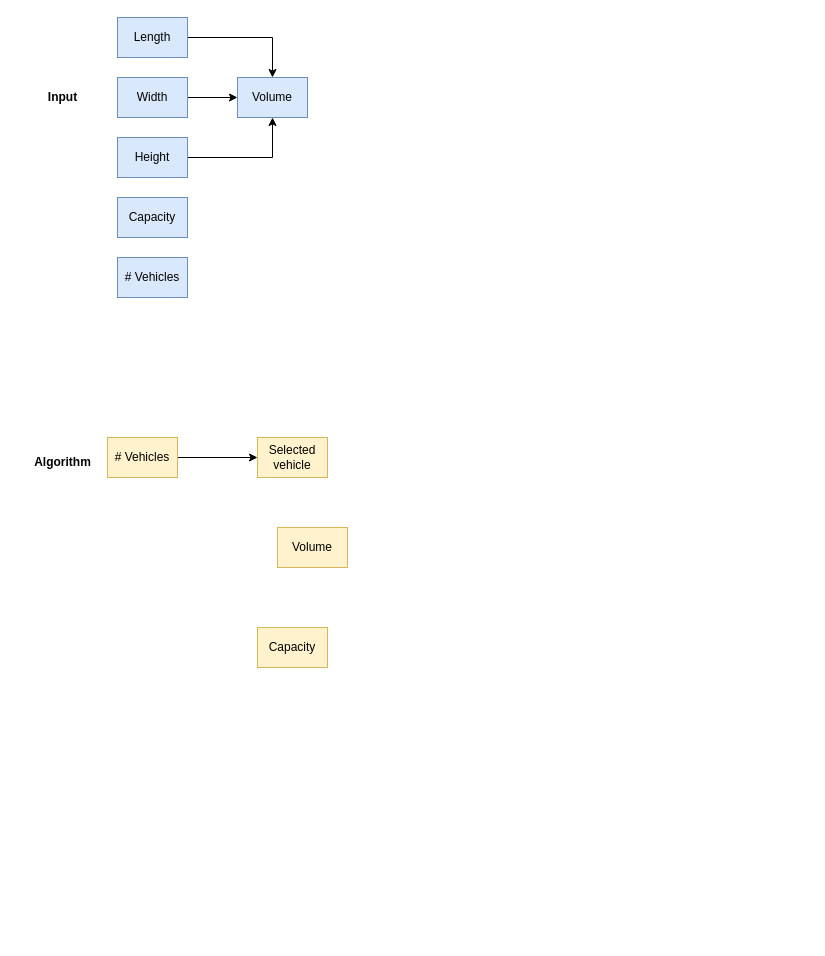
The draw.io diagram Pseudo-code-blocks.drawio in ftamsma/Group33_TIL, before the edit. Source tidied: cells renumbered, new cells numbered last; positions are measured from the earlier drawing's top-left corner, leaving out a move shared by most shapes. Both pictures are drawn from the tidied source at 100%, with x=0, y=0 at pixel (22, 17).
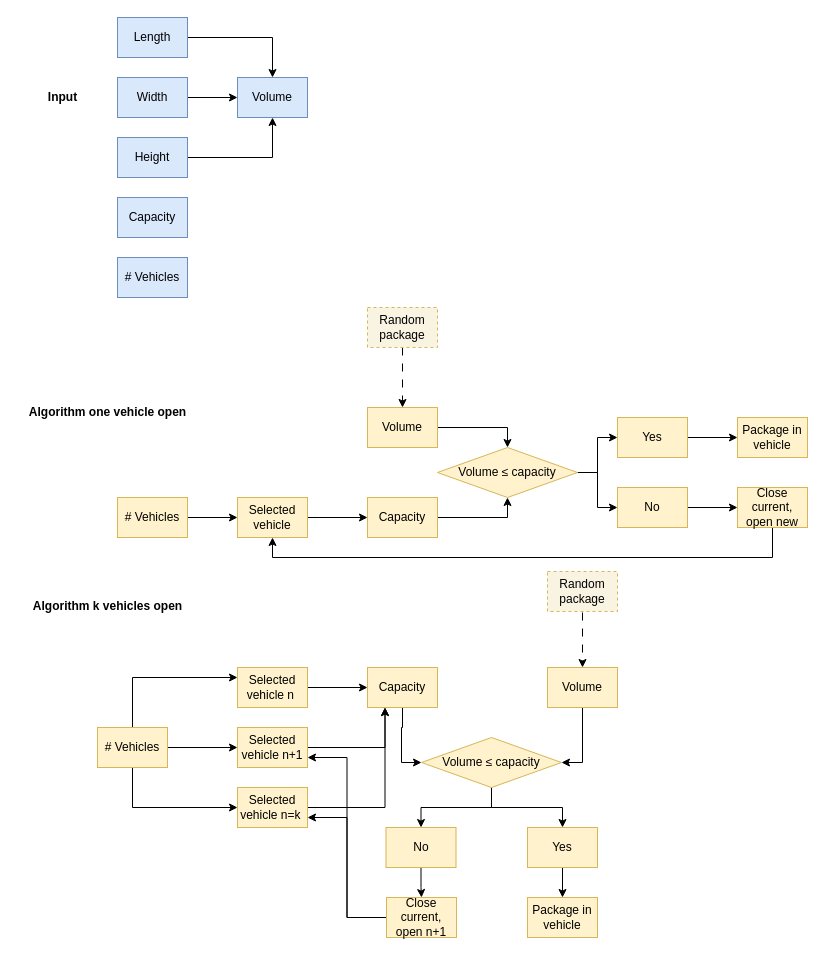
After the change.

Diff of the diagram source:
```diff
@@
-    <mxCell id="11" value="&lt;b&gt;Algorithm&lt;/b&gt;" style="text;html=1;align=center;verticalAlign=middle;strokeColor=none;fillColor=none;" parent="1" vertex="1">
-      <mxGeometry y="430" width="80" height="30" as="geometry" />
+    <mxCell id="11" value="&lt;b&gt;Algorithm one vehicle open&lt;/b&gt;" style="text;html=1;align=center;verticalAlign=middle;strokeColor=none;fillColor=none;" parent="1" vertex="1">
+      <mxGeometry x="-5" y="380" width="180" height="30" as="geometry" />
     </mxCell>
@@
     <mxCell id="13" value="# Vehicles" style="rounded=0;whiteSpace=wrap;html=1;fillColor=#fff2cc;strokeColor=#d6b656;" parent="1" vertex="1">
-      <mxGeometry x="85" y="420" width="70" height="40" as="geometry" />
+      <mxGeometry x="95" y="480" width="70" height="40" as="geometry" />
     </mxCell>
@@
+    <mxCell id="18" style="edgeStyle=orthogonalEdgeStyle;rounded=0;jettySize=auto;html=1;entryX=0.5;entryY=0;entryDx=0;entryDy=0;" parent="1" edge="1" target="25">
+      <mxGeometry relative="1" as="geometry">
+        <mxPoint x="415" y="410" as="sourcePoint" />
+        <Array as="points">
+          <mxPoint x="485" y="410" />
+        </Array>
+      </mxGeometry>
+    </mxCell>
     <mxCell id="15" value="Volume" style="rounded=0;whiteSpace=wrap;html=1;fillColor=#fff2cc;strokeColor=#d6b656;" parent="1" vertex="1">
-      <mxGeometry x="255" y="510" width="70" height="40" as="geometry" />
+      <mxGeometry x="345" y="390" width="70" height="40" as="geometry" />
     </mxCell>
+    <mxCell id="19" style="edgeStyle=orthogonalEdgeStyle;rounded=0;jettySize=auto;html=1;entryX=0.5;entryY=1;entryDx=0;entryDy=0;" parent="1" edge="1" source="16" target="25">
+      <mxGeometry relative="1" as="geometry">
+        <Array as="points">
+          <mxPoint x="485" y="500" />
+        </Array>
+      </mxGeometry>
+    </mxCell>
     <mxCell id="16" value="Capacity" style="rounded=0;whiteSpace=wrap;html=1;fillColor=#fff2cc;strokeColor=#d6b656;" parent="1" vertex="1">
-      <mxGeometry x="235" y="610" width="70" height="40" as="geometry" />
+      <mxGeometry x="345" y="480" width="70" height="40" as="geometry" />
     </mxCell>
+    <mxCell id="20" style="edgeStyle=orthogonalEdgeStyle;rounded=0;jettySize=auto;html=1;" parent="1" edge="1" source="17" target="16">
+      <mxGeometry relative="1" as="geometry" />
+    </mxCell>
     <mxCell id="17" value="Selected vehicle" style="rounded=0;whiteSpace=wrap;html=1;fillColor=#fff2cc;strokeColor=#d6b656;" parent="1" vertex="1">
-      <mxGeometry x="235" y="420" width="70" height="40" as="geometry" />
+      <mxGeometry x="215" y="480" width="70" height="40" as="geometry" />
     </mxCell>
+    <mxCell id="21" style="endArrow=classic;html=1;rounded=0;entryX=0.5;entryY=0;entryDx=0;entryDy=0;dashed=1;dashPattern=8 8;" parent="1" edge="1" target="15">
+      <mxGeometry relative="1" as="geometry">
+        <mxPoint x="380" y="330" as="sourcePoint" />
+      </mxGeometry>
+    </mxCell>
+    <mxCell id="22" value="Random package" style="rounded=0;whiteSpace=wrap;html=1;fillColor=#f9f3e1;strokeColor=#d6b656;dashed=1;" parent="1" vertex="1">
+      <mxGeometry x="345" y="290" width="70" height="40" as="geometry" />
+    </mxCell>
+    <mxCell id="23" style="edgeStyle=orthogonalEdgeStyle;rounded=0;jettySize=auto;html=1;entryX=0;entryY=0.5;entryDx=0;entryDy=0;" parent="1" edge="1" source="25" target="29">
+      <mxGeometry relative="1" as="geometry" />
+    </mxCell>
+    <mxCell id="24" style="edgeStyle=orthogonalEdgeStyle;rounded=0;jettySize=auto;html=1;entryX=0;entryY=0.5;entryDx=0;entryDy=0;" parent="1" edge="1" source="25" target="27">
+      <mxGeometry relative="1" as="geometry" />
+    </mxCell>
+    <mxCell id="25" value="Volume ≤ capacity" style="rhombus;whiteSpace=wrap;html=1;fillColor=#fff2cc;strokeColor=#d6b656;" parent="1" vertex="1">
+      <mxGeometry x="415" y="430" width="140" height="50" as="geometry" />
+    </mxCell>
+    <mxCell id="26" style="edgeStyle=orthogonalEdgeStyle;rounded=0;jettySize=auto;html=1;" parent="1" edge="1" source="27" target="31">
+      <mxGeometry relative="1" as="geometry" />
+    </mxCell>
+    <mxCell id="27" value="No" style="rounded=0;whiteSpace=wrap;html=1;fillColor=#fff2cc;strokeColor=#d6b656;" parent="1" vertex="1">
+      <mxGeometry x="595" y="470" width="70" height="40" as="geometry" />
+    </mxCell>
+    <mxCell id="28" style="edgeStyle=orthogonalEdgeStyle;rounded=0;jettySize=auto;html=1;" parent="1" edge="1" source="29" target="32">
+      <mxGeometry relative="1" as="geometry" />
+    </mxCell>
+    <mxCell id="29" value="Yes" style="rounded=0;whiteSpace=wrap;html=1;fillColor=#fff2cc;strokeColor=#d6b656;" parent="1" vertex="1">
+      <mxGeometry x="595" y="400" width="70" height="40" as="geometry" />
+    </mxCell>
+    <mxCell id="30" style="edgeStyle=orthogonalEdgeStyle;rounded=0;jettySize=auto;html=1;exitX=0.5;exitY=1;exitDx=0;exitDy=0;entryX=0.5;entryY=1;entryDx=0;entryDy=0;" parent="1" edge="1" source="31" target="17">
+      <mxGeometry relative="1" as="geometry" />
+    </mxCell>
+    <mxCell id="31" value="Close current, open new" style="rounded=0;whiteSpace=wrap;html=1;fillColor=#fff2cc;strokeColor=#d6b656;" parent="1" vertex="1">
+      <mxGeometry x="715" y="470" width="70" height="40" as="geometry" />
+    </mxCell>
+    <mxCell id="32" value="Package in vehicle" style="rounded=0;whiteSpace=wrap;html=1;fillColor=#fff2cc;strokeColor=#d6b656;" parent="1" vertex="1">
+      <mxGeometry x="715" y="400" width="70" height="40" as="geometry" />
+    </mxCell>
+    <mxCell id="33" style="edgeStyle=orthogonalEdgeStyle;rounded=0;jettySize=auto;html=1;" parent="1" edge="1" source="36" target="42">
+      <mxGeometry relative="1" as="geometry">
+        <Array as="points">
+          <mxPoint x="110" y="790" />
+        </Array>
+      </mxGeometry>
+    </mxCell>
+    <mxCell id="34" style="edgeStyle=orthogonalEdgeStyle;rounded=0;jettySize=auto;html=1;entryX=0;entryY=0.25;entryDx=0;entryDy=0;" parent="1" edge="1" source="36" target="58">
+      <mxGeometry relative="1" as="geometry">
+        <Array as="points">
+          <mxPoint x="110" y="660" />
+        </Array>
+      </mxGeometry>
+    </mxCell>
+    <mxCell id="35" style="edgeStyle=orthogonalEdgeStyle;rounded=0;jettySize=auto;html=1;" parent="1" edge="1" source="36" target="60">
+      <mxGeometry relative="1" as="geometry" />
+    </mxCell>
+    <mxCell id="36" value="# Vehicles" style="rounded=0;whiteSpace=wrap;html=1;fillColor=#fff2cc;strokeColor=#d6b656;" parent="1" vertex="1">
+      <mxGeometry x="75" y="710" width="70" height="40" as="geometry" />
+    </mxCell>
+    <mxCell id="37" style="edgeStyle=orthogonalEdgeStyle;rounded=0;jettySize=auto;html=1;entryX=1;entryY=0.5;entryDx=0;entryDy=0;" parent="1" edge="1" source="38" target="47">
+      <mxGeometry relative="1" as="geometry" />
+    </mxCell>
+    <mxCell id="38" value="Volume" style="rounded=0;whiteSpace=wrap;html=1;fillColor=#fff2cc;strokeColor=#d6b656;" parent="1" vertex="1">
+      <mxGeometry x="525" y="650" width="70" height="40" as="geometry" />
+    </mxCell>
+    <mxCell id="39" style="edgeStyle=orthogonalEdgeStyle;rounded=0;jettySize=auto;html=1;entryX=0;entryY=0.5;entryDx=0;entryDy=0;" parent="1" edge="1" source="40" target="47">
+      <mxGeometry relative="1" as="geometry" />
+    </mxCell>
+    <mxCell id="40" value="Capacity" style="rounded=0;whiteSpace=wrap;html=1;fillColor=#fff2cc;strokeColor=#d6b656;" parent="1" vertex="1">
+      <mxGeometry x="345" y="650" width="70" height="40" as="geometry" />
+    </mxCell>
+    <mxCell id="41" style="edgeStyle=orthogonalEdgeStyle;rounded=0;jettySize=auto;html=1;entryX=0.25;entryY=1;entryDx=0;entryDy=0;" parent="1" edge="1" source="42" target="40">
+      <mxGeometry relative="1" as="geometry" />
+    </mxCell>
+    <mxCell id="42" value="Selected vehicle n=k&amp;nbsp;" style="rounded=0;whiteSpace=wrap;html=1;fillColor=#fff2cc;strokeColor=#d6b656;" parent="1" vertex="1">
+      <mxGeometry x="215" y="770" width="70" height="40" as="geometry" />
+    </mxCell>
+    <mxCell id="43" style="endArrow=classic;html=1;rounded=0;entryX=0.5;entryY=0;entryDx=0;entryDy=0;dashed=1;dashPattern=8 8;" parent="1" edge="1" target="38">
+      <mxGeometry relative="1" as="geometry">
+        <mxPoint x="560" y="595" as="sourcePoint" />
+      </mxGeometry>
+    </mxCell>
+    <mxCell id="44" value="Random package" style="rounded=0;whiteSpace=wrap;html=1;fillColor=#f9f3e1;strokeColor=#d6b656;dashed=1;" parent="1" vertex="1">
+      <mxGeometry x="525" y="554" width="70" height="40" as="geometry" />
+    </mxCell>
+    <mxCell id="45" style="edgeStyle=orthogonalEdgeStyle;rounded=0;jettySize=auto;html=1;entryX=0.5;entryY=0;entryDx=0;entryDy=0;" parent="1" edge="1" source="47" target="49">
+      <mxGeometry relative="1" as="geometry" />
+    </mxCell>
+    <mxCell id="46" style="edgeStyle=orthogonalEdgeStyle;rounded=0;jettySize=auto;html=1;entryX=0.5;entryY=0;entryDx=0;entryDy=0;" parent="1" edge="1" source="47" target="51">
+      <mxGeometry relative="1" as="geometry" />
+    </mxCell>
+    <mxCell id="47" value="Volume ≤ capacity" style="rhombus;whiteSpace=wrap;html=1;fillColor=#fff2cc;strokeColor=#d6b656;" parent="1" vertex="1">
+      <mxGeometry x="399" y="720" width="140" height="50" as="geometry" />
+    </mxCell>
+    <mxCell id="48" style="edgeStyle=orthogonalEdgeStyle;rounded=0;jettySize=auto;html=1;" parent="1" edge="1" source="49" target="54">
+      <mxGeometry relative="1" as="geometry" />
+    </mxCell>
+    <mxCell id="49" value="No" style="rounded=0;whiteSpace=wrap;html=1;fillColor=#fff2cc;strokeColor=#d6b656;" parent="1" vertex="1">
+      <mxGeometry x="363.5" y="810" width="70" height="40" as="geometry" />
+    </mxCell>
+    <mxCell id="50" style="edgeStyle=orthogonalEdgeStyle;rounded=0;jettySize=auto;html=1;" parent="1" edge="1" source="51" target="55">
+      <mxGeometry relative="1" as="geometry" />
+    </mxCell>
+    <mxCell id="51" value="Yes" style="rounded=0;whiteSpace=wrap;html=1;fillColor=#fff2cc;strokeColor=#d6b656;" parent="1" vertex="1">
+      <mxGeometry x="505" y="810" width="70" height="40" as="geometry" />
+    </mxCell>
+    <mxCell id="52" style="edgeStyle=orthogonalEdgeStyle;rounded=0;jettySize=auto;html=1;entryX=1;entryY=0.75;entryDx=0;entryDy=0;" parent="1" edge="1" source="54" target="60">
+      <mxGeometry relative="1" as="geometry" />
+    </mxCell>
+    <mxCell id="53" style="edgeStyle=orthogonalEdgeStyle;rounded=0;jettySize=auto;html=1;entryX=1;entryY=0.75;entryDx=0;entryDy=0;" parent="1" edge="1" source="54" target="42">
+      <mxGeometry relative="1" as="geometry" />
+    </mxCell>
+    <mxCell id="54" value="Close current, open n+1" style="rounded=0;whiteSpace=wrap;html=1;fillColor=#fff2cc;strokeColor=#d6b656;" parent="1" vertex="1">
+      <mxGeometry x="364" y="880" width="70" height="40" as="geometry" />
+    </mxCell>
+    <mxCell id="55" value="Package in vehicle" style="rounded=0;whiteSpace=wrap;html=1;fillColor=#fff2cc;strokeColor=#d6b656;" parent="1" vertex="1">
+      <mxGeometry x="505" y="880" width="70" height="40" as="geometry" />
+    </mxCell>
+    <mxCell id="56" value="&lt;b&gt;Algorithm k vehicles open&lt;/b&gt;" style="text;html=1;align=center;verticalAlign=middle;strokeColor=none;fillColor=none;" parent="1" vertex="1">
+      <mxGeometry y="574" width="170" height="30" as="geometry" />
+    </mxCell>
+    <mxCell id="57" style="edgeStyle=orthogonalEdgeStyle;rounded=0;jettySize=auto;html=1;" parent="1" edge="1" source="58" target="40">
+      <mxGeometry relative="1" as="geometry" />
+    </mxCell>
+    <mxCell id="58" value="Selected vehicle n&amp;nbsp;" style="rounded=0;whiteSpace=wrap;html=1;fillColor=#fff2cc;strokeColor=#d6b656;" parent="1" vertex="1">
+      <mxGeometry x="215" y="650" width="70" height="40" as="geometry" />
+    </mxCell>
+    <mxCell id="59" style="edgeStyle=orthogonalEdgeStyle;rounded=0;jettySize=auto;html=1;entryX=0.25;entryY=1;entryDx=0;entryDy=0;" parent="1" edge="1" source="60" target="40">
+      <mxGeometry relative="1" as="geometry" />
+    </mxCell>
+    <mxCell id="60" value="Selected vehicle n+1" style="rounded=0;whiteSpace=wrap;html=1;fillColor=#fff2cc;strokeColor=#d6b656;" parent="1" vertex="1">
+      <mxGeometry x="215" y="710" width="70" height="40" as="geometry" />
+    </mxCell>
```
